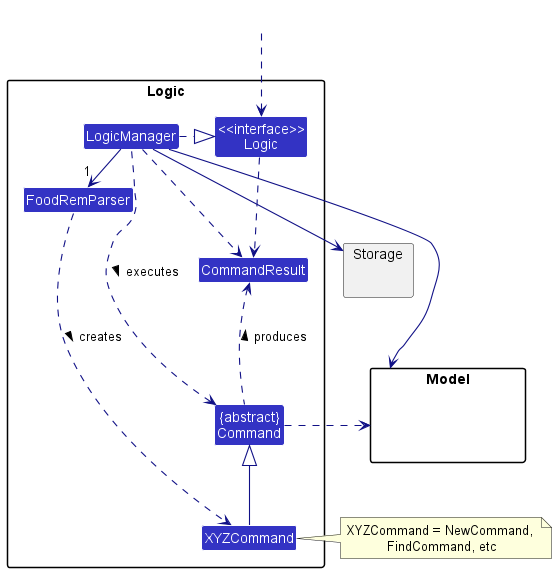
Before: docs/images/LogicClassDiagram.png, a diagram exported from PlantUML (c-wenlong/tp).
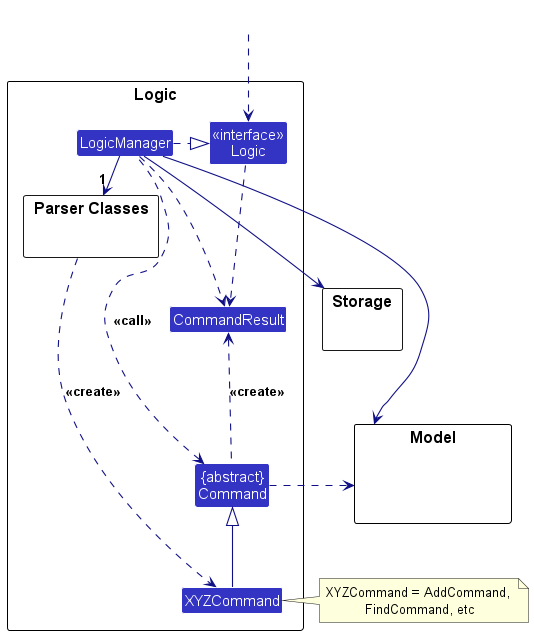
Above is the later version.

Change to the diagram source:
```diff
@@ -4,9 +4,10 @@
 skinparam arrowColor LOGIC_COLOR_T4
 skinparam classBackgroundColor LOGIC_COLOR
 
-package Logic {
+package Logic as LogicPackage {
 
-Class FoodRemParser
+package "Parser Classes" as ParserClasses{
+}
 Class XYZCommand
 Class CommandResult
 Class "{abstract}\nCommand" as Command
@@ -16,31 +17,31 @@
 Class LogicManager
 }
 
-package Model{
+package Model {
 Class HiddenModel #FFFFFF
 }
 
-package Storage{
+package Storage {
 }
 
 Class HiddenOutside #FFFFFF
 HiddenOutside ..> Logic
 
 LogicManager .right.|> Logic
-LogicManager -right->"1" FoodRemParser
-FoodRemParser ..> XYZCommand : creates >
+LogicManager -right->"1" ParserClasses
+ParserClasses ..> XYZCommand : <<create>>
 
 XYZCommand -up-|> Command
-LogicManager .left.> Command : executes >
+LogicManager .left.> Command : <<call>>
 
 LogicManager --> Model
 LogicManager --> Storage
 Storage --[hidden] Model
 Command .[hidden]up.> Storage
 Command .right.> Model
-note right of XYZCommand: XYZCommand = NewCommand, \nFindCommand, etc
+note right of XYZCommand: XYZCommand = AddCommand, \nFindCommand, etc
 
 Logic ..> CommandResult
 LogicManager .down.> CommandResult
-Command .up.> CommandResult : produces >
+Command .up.> CommandResult : <<create>>
 @enduml
```
